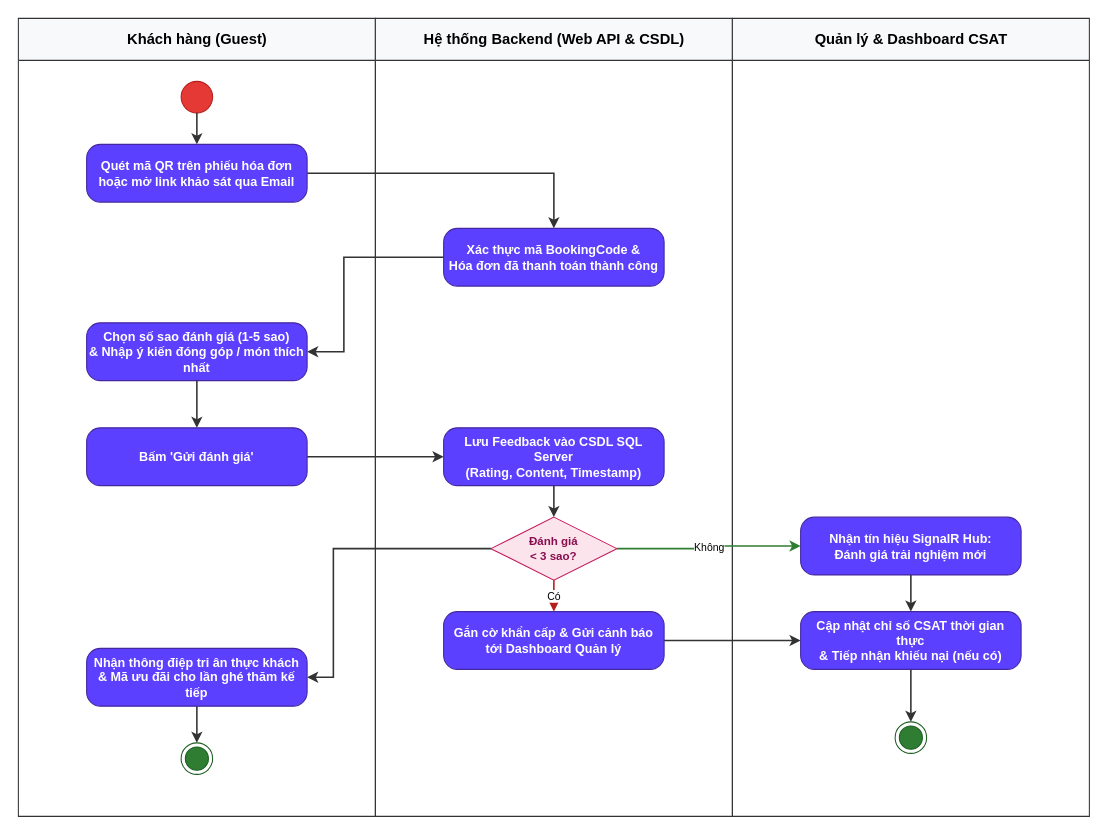
AndrewQng/VinDining keeps this draw.io diagram as docs/phase1/drawio/ad12_guest_feedback.drawio. Above is the earlier version. Source tidied: cells renumbered, new cells numbered last; positions are measured from the earlier drawing's top-left corner, leaving out a move shared by most shapes. Both pictures are drawn from the tidied source at 105%, with x=0, y=0 at pixel (18, 18).
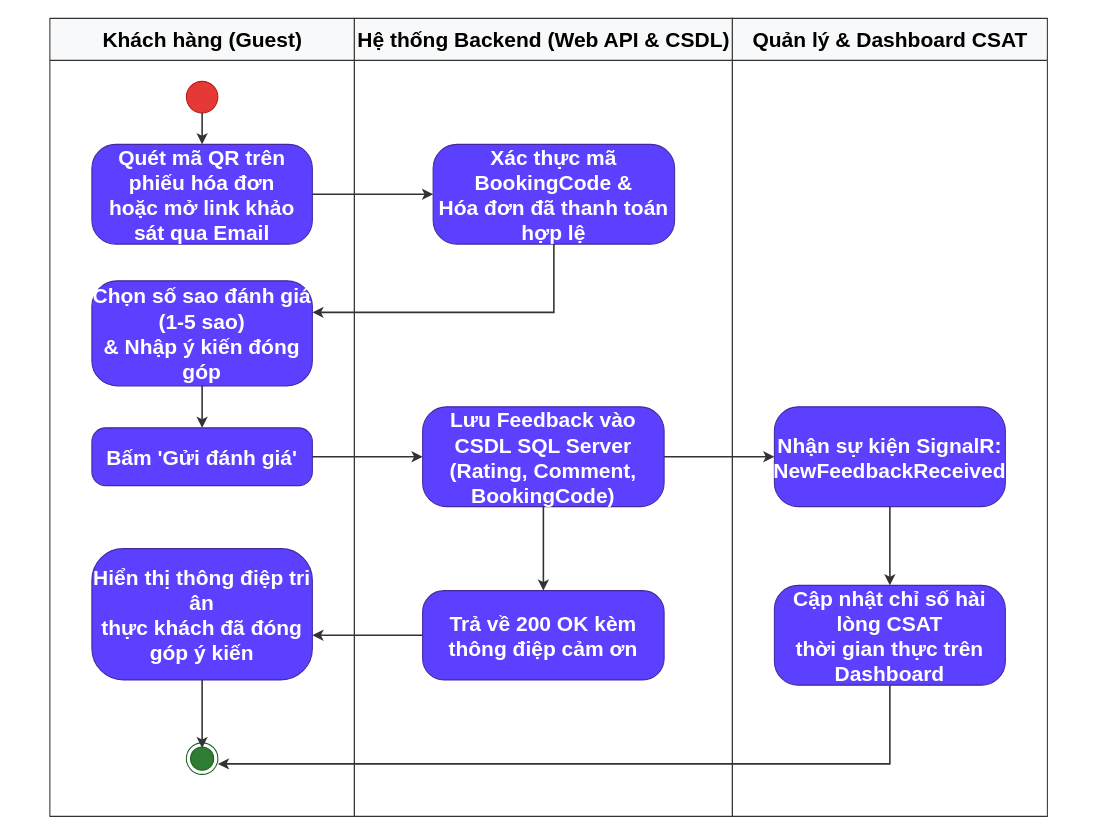
After the change.

Diff of the diagram source:
```diff
@@
-    <mxCell id="2" value="Khách hàng (Guest)" style="swimlane;html=1;startSize=40;horizontal=1;fontStyle=1;fontSize=14;align=center;verticalAlign=middle;fillColor=#f8f9fa;strokeColor=#333333;swimlaneLine=1;" parent="1" vertex="1">
-      <mxGeometry width="340" height="760" as="geometry" />
+    <mxCell id="2" value="Khách hàng (Guest)" style="swimlane;html=1;startSize=40;horizontal=1;fontStyle=1;fontSize=20;align=center;verticalAlign=middle;fillColor=#f8f9fa;strokeColor=#333333;swimlaneLine=1;" parent="1" vertex="1">
+      <mxGeometry x="30" width="290" height="760" as="geometry" />
     </mxCell>
-    <mxCell id="3" style="ellipse;whiteSpace=wrap;html=1;fillColor=#e53935;strokeColor=#b71c1c;" parent="2" vertex="1">
-      <mxGeometry x="155" y="60" width="30" height="30" as="geometry" />
+    <mxCell id="3" style="ellipse;whiteSpace=wrap;html=1;fillColor=#e53935;strokeColor=#b71c1c;fontSize=20;" parent="2" vertex="1">
+      <mxGeometry x="130" y="60" width="30" height="30" as="geometry" />
     </mxCell>
-    <mxCell id="4" value="Quét mã QR trên phiếu hóa đơn&#10;hoặc mở link khảo sát qua Email" style="rounded=1;arcSize=24;whiteSpace=wrap;html=1;fillColor=#5b40ff;strokeColor=#4527a0;fontColor=#ffffff;fontStyle=1;fontSize=12;align=center;verticalAlign=middle;" parent="2" vertex="1">
-      <mxGeometry x="65" y="120" width="210" height="55" as="geometry" />
+    <mxCell id="4" value="Quét mã QR trên phiếu hóa đơn&#10;hoặc mở link khảo sát qua Email" style="rounded=1;arcSize=24;whiteSpace=wrap;html=1;fillColor=#5b40ff;strokeColor=#4527a0;fontColor=#ffffff;fontStyle=1;fontSize=20;align=center;verticalAlign=middle;" parent="2" vertex="1">
+      <mxGeometry x="40" y="120" width="210" height="95" as="geometry" />
     </mxCell>
+    <mxCell id="8" style="ellipse;html=1;shape=endState;fillColor=#2e7d32;strokeColor=#1b5e20;fontSize=20;" parent="2" vertex="1">
+      <mxGeometry x="130" y="690" width="30" height="30" as="geometry" />
+    </mxCell>
+    <mxCell id="18" style="edgeStyle=orthogonalEdgeStyle;rounded=0;strokeColor=#333333;strokeWidth=1.5;html=1;fontSize=20;" parent="2" edge="1" source="3" target="4">
+      <mxGeometry relative="1" as="geometry" />
+    </mxCell>
+    <mxCell id="9" value="Hệ thống Backend (Web API &amp;amp; CSDL)" style="swimlane;html=1;startSize=40;horizontal=1;fontStyle=1;fontSize=20;align=center;verticalAlign=middle;fillColor=#f8f9fa;strokeColor=#333333;swimlaneLine=1;" parent="1" vertex="1">
+      <mxGeometry x="320" width="360" height="760" as="geometry" />
+    </mxCell>
+    <mxCell id="10" value="Xác thực mã BookingCode &amp;amp;&#10;Hóa đơn đã thanh toán hợp lệ" style="rounded=1;arcSize=24;whiteSpace=wrap;html=1;fillColor=#5b40ff;strokeColor=#4527a0;fontColor=#ffffff;fontStyle=1;fontSize=20;align=center;verticalAlign=middle;" parent="9" vertex="1">
+      <mxGeometry x="75" y="120" width="230" height="95" as="geometry" />
+    </mxCell>
-    <mxCell id="5" value="Chọn số sao đánh giá (1-5 sao)&#10;&amp; Nhập ý kiến đóng góp / món thích nhất" style="rounded=1;arcSize=24;whiteSpace=wrap;html=1;fillColor=#5b40ff;strokeColor=#4527a0;fontColor=#ffffff;fontStyle=1;fontSize=12;align=center;verticalAlign=middle;" parent="2" vertex="1">
-      <mxGeometry x="65" y="290" width="210" height="55" as="geometry" />
+    <mxCell id="5" value="Chọn số sao đánh giá (1-5 sao)&#10;&amp;amp; Nhập ý kiến đóng góp" style="rounded=1;arcSize=24;whiteSpace=wrap;html=1;fillColor=#5b40ff;strokeColor=#4527a0;fontColor=#ffffff;fontStyle=1;fontSize=20;align=center;verticalAlign=middle;" parent="9" vertex="1">
+      <mxGeometry x="-250" y="250" width="210" height="100" as="geometry" />
     </mxCell>
-    <mxCell id="6" value="Bấm 'Gửi đánh giá'" style="rounded=1;arcSize=24;whiteSpace=wrap;html=1;fillColor=#5b40ff;strokeColor=#4527a0;fontColor=#ffffff;fontStyle=1;fontSize=12;align=center;verticalAlign=middle;" parent="2" vertex="1">
-      <mxGeometry x="65" y="390" width="210" height="55" as="geometry" />
+    <mxCell id="6" value="Bấm 'Gửi đánh giá'" style="rounded=1;arcSize=24;whiteSpace=wrap;html=1;fillColor=#5b40ff;strokeColor=#4527a0;fontColor=#ffffff;fontStyle=1;fontSize=20;align=center;verticalAlign=middle;" parent="9" vertex="1">
+      <mxGeometry x="-250" y="390" width="210" height="55" as="geometry" />
     </mxCell>
-    <mxCell id="7" value="Nhận thông điệp tri ân thực khách&#10;&amp; Mã ưu đãi cho lần ghé thăm kế tiếp" style="rounded=1;arcSize=24;whiteSpace=wrap;html=1;fillColor=#5b40ff;strokeColor=#4527a0;fontColor=#ffffff;fontStyle=1;fontSize=12;align=center;verticalAlign=middle;" parent="2" vertex="1">
-      <mxGeometry x="65" y="600" width="210" height="55" as="geometry" />
+    <mxCell id="7" value="Hiển thị thông điệp tri ân&#10;thực khách đã đóng góp ý kiến" style="rounded=1;arcSize=24;whiteSpace=wrap;html=1;fillColor=#5b40ff;strokeColor=#4527a0;fontColor=#ffffff;fontStyle=1;fontSize=20;align=center;verticalAlign=middle;" parent="9" vertex="1">
+      <mxGeometry x="-250" y="505" width="210" height="125" as="geometry" />
     </mxCell>
-    <mxCell id="8" style="ellipse;html=1;shape=endState;fillColor=#2e7d32;strokeColor=#1b5e20;" parent="2" vertex="1">
-      <mxGeometry x="155" y="690" width="30" height="30" as="geometry" />
-    </mxCell>
-    <mxCell id="9" value="Hệ thống Backend (Web API &amp; CSDL)" style="swimlane;html=1;startSize=40;horizontal=1;fontStyle=1;fontSize=14;align=center;verticalAlign=middle;fillColor=#f8f9fa;strokeColor=#333333;swimlaneLine=1;" parent="1" vertex="1">
-      <mxGeometry x="340" width="340" height="760" as="geometry" />
-    </mxCell>
-    <mxCell id="10" value="Xác thực mã BookingCode &amp;&#10;Hóa đơn đã thanh toán thành công" style="rounded=1;arcSize=24;whiteSpace=wrap;html=1;fillColor=#5b40ff;strokeColor=#4527a0;fontColor=#ffffff;fontStyle=1;fontSize=12;align=center;verticalAlign=middle;" parent="9" vertex="1">
-      <mxGeometry x="65" y="200" width="210" height="55" as="geometry" />
-    </mxCell>
+    <mxCell id="21" style="edgeStyle=orthogonalEdgeStyle;rounded=0;strokeColor=#333333;strokeWidth=1.5;html=1;fontSize=20;" parent="9" edge="1" source="5" target="6">
+      <mxGeometry relative="1" as="geometry" />
+    </mxCell>
+    <mxCell id="29" style="edgeStyle=orthogonalEdgeStyle;rounded=0;strokeColor=#333333;strokeWidth=1.5;html=1;fontSize=20;" parent="9" edge="1" source="7">
+      <mxGeometry relative="1" as="geometry">
+        <mxPoint x="-145" y="695" as="targetPoint" />
+      </mxGeometry>
+    </mxCell>
+    <mxCell id="20" style="edgeStyle=orthogonalEdgeStyle;rounded=0;strokeColor=#333333;strokeWidth=1.5;html=1;fontSize=20;" parent="9" edge="1" source="10" target="5">
+      <mxGeometry relative="1" as="geometry">
+        <Array as="points">
+          <mxPoint x="190" y="280" />
+        </Array>
+      </mxGeometry>
+    </mxCell>
-    <mxCell id="11" value="Lưu Feedback vào CSDL SQL Server&#10;(Rating, Content, Timestamp)" style="rounded=1;arcSize=24;whiteSpace=wrap;html=1;fillColor=#5b40ff;strokeColor=#4527a0;fontColor=#ffffff;fontStyle=1;fontSize=12;align=center;verticalAlign=middle;" parent="9" vertex="1">
-      <mxGeometry x="65" y="390" width="210" height="55" as="geometry" />
+    <mxCell id="11" value="Lưu Feedback vào CSDL SQL Server&#10;(Rating, Comment, BookingCode)" style="rounded=1;arcSize=24;whiteSpace=wrap;html=1;fillColor=#5b40ff;strokeColor=#4527a0;fontColor=#ffffff;fontStyle=1;fontSize=20;align=center;verticalAlign=middle;" parent="9" vertex="1">
+      <mxGeometry x="65" y="370" width="230" height="95" as="geometry" />
     </mxCell>
-    <mxCell id="12" value="Đánh giá&#10;&lt; 3 sao?" style="rhombus;whiteSpace=wrap;html=1;fillColor=#fce4ec;strokeColor=#c2185b;fontColor=#880e4f;fontStyle=1;fontSize=11;align=center;verticalAlign=middle;" parent="9" vertex="1">
-      <mxGeometry x="110" y="475" width="120" height="60" as="geometry" />
-    </mxCell>
-    <mxCell id="13" value="Gắn cờ khẩn cấp &amp; Gửi cảnh báo&#10;tới Dashboard Quản lý" style="rounded=1;arcSize=24;whiteSpace=wrap;html=1;fillColor=#5b40ff;strokeColor=#4527a0;fontColor=#ffffff;fontStyle=1;fontSize=12;align=center;verticalAlign=middle;" parent="9" vertex="1">
-      <mxGeometry x="65" y="565" width="210" height="55" as="geometry" />
-    </mxCell>
-    <mxCell id="14" value="Quản lý &amp; Dashboard CSAT" style="swimlane;html=1;startSize=40;horizontal=1;fontStyle=1;fontSize=14;align=center;verticalAlign=middle;fillColor=#f8f9fa;strokeColor=#333333;swimlaneLine=1;" parent="1" vertex="1">
-      <mxGeometry x="680" width="340" height="760" as="geometry" />
-    </mxCell>
+    <mxCell id="31" value="Trả về 200 OK kèm&#10;thông điệp cảm ơn" style="rounded=1;arcSize=24;whiteSpace=wrap;html=1;fillColor=#5b40ff;strokeColor=#4527a0;fontColor=#ffffff;fontStyle=1;fontSize=20;align=center;verticalAlign=middle;" parent="9" vertex="1">
+      <mxGeometry x="65" y="545" width="230" height="85" as="geometry" />
+    </mxCell>
+    <mxCell id="32" style="edgeStyle=orthogonalEdgeStyle;rounded=0;strokeColor=#333333;strokeWidth=1.5;html=1;fontSize=20;" parent="9" edge="1" source="11" target="31">
+      <mxGeometry relative="1" as="geometry" />
+    </mxCell>
-    <mxCell id="15" value="Nhận tín hiệu SignalR Hub:&#10;Đánh giá trải nghiệm mới" style="rounded=1;arcSize=24;whiteSpace=wrap;html=1;fillColor=#5b40ff;strokeColor=#4527a0;fontColor=#ffffff;fontStyle=1;fontSize=12;align=center;verticalAlign=middle;" parent="14" vertex="1">
-      <mxGeometry x="65" y="475" width="210" height="55" as="geometry" />
+    <mxCell id="15" value="Nhận sự kiện SignalR:&#10;NewFeedbackReceived" style="rounded=1;arcSize=24;whiteSpace=wrap;html=1;fillColor=#5b40ff;strokeColor=#4527a0;fontColor=#ffffff;fontStyle=1;fontSize=20;align=center;verticalAlign=middle;" parent="9" vertex="1">
+      <mxGeometry x="400" y="370" width="220" height="95" as="geometry" />
     </mxCell>
-    <mxCell id="16" value="Cập nhật chỉ số CSAT thời gian thực&#10;&amp; Tiếp nhận khiếu nại (nếu có)" style="rounded=1;arcSize=24;whiteSpace=wrap;html=1;fillColor=#5b40ff;strokeColor=#4527a0;fontColor=#ffffff;fontStyle=1;fontSize=12;align=center;verticalAlign=middle;" parent="14" vertex="1">
-      <mxGeometry x="65" y="565" width="210" height="55" as="geometry" />
+    <mxCell id="16" value="Cập nhật chỉ số hài lòng CSAT&#10;thời gian thực trên Dashboard" style="rounded=1;arcSize=24;whiteSpace=wrap;html=1;fillColor=#5b40ff;strokeColor=#4527a0;fontColor=#ffffff;fontStyle=1;fontSize=20;align=center;verticalAlign=middle;" parent="9" vertex="1">
+      <mxGeometry x="400" y="540" width="220" height="95" as="geometry" />
     </mxCell>
-    <mxCell id="17" style="ellipse;html=1;shape=endState;fillColor=#2e7d32;strokeColor=#1b5e20;" parent="14" vertex="1">
-      <mxGeometry x="155" y="670" width="30" height="30" as="geometry" />
-    </mxCell>
-    <mxCell id="18" style="edgeStyle=orthogonalEdgeStyle;rounded=0;strokeColor=#333333;strokeWidth=1.5;html=1;" parent="1" edge="1" source="3" target="4">
-      <mxGeometry relative="1" as="geometry" />
-    </mxCell>
+    <mxCell id="27" style="edgeStyle=orthogonalEdgeStyle;rounded=0;strokeColor=#333333;strokeWidth=1.5;html=1;fontSize=20;" parent="9" edge="1" source="15" target="16">
+      <mxGeometry relative="1" as="geometry" />
+    </mxCell>
+    <mxCell id="22" style="edgeStyle=orthogonalEdgeStyle;rounded=0;strokeColor=#333333;strokeWidth=1.5;html=1;fontSize=20;" parent="9" edge="1" source="6" target="11">
+      <mxGeometry relative="1" as="geometry" />
+    </mxCell>
+    <mxCell id="33" style="edgeStyle=orthogonalEdgeStyle;rounded=0;strokeColor=#333333;strokeWidth=1.5;html=1;fontSize=20;" parent="9" edge="1" source="11" target="15">
+      <mxGeometry relative="1" as="geometry" />
+    </mxCell>
+    <mxCell id="34" style="edgeStyle=orthogonalEdgeStyle;rounded=0;strokeColor=#333333;strokeWidth=1.5;html=1;fontSize=20;" parent="9" edge="1" source="31" target="7">
+      <mxGeometry relative="1" as="geometry">
+        <Array as="points">
+          <mxPoint x="-20" y="587.5" />
+          <mxPoint x="-20" y="587.5" />
+        </Array>
+      </mxGeometry>
+    </mxCell>
+    <mxCell id="35" style="edgeStyle=orthogonalEdgeStyle;rounded=0;strokeColor=#333333;strokeWidth=1.5;html=1;fontSize=20;entryX=1;entryY=0.5;entryDx=0;entryDy=0;" parent="9" edge="1" source="16">
+      <mxGeometry relative="1" as="geometry">
+        <mxPoint x="-130" y="710" as="targetPoint" />
+        <Array as="points">
+          <mxPoint x="510" y="710" />
+        </Array>
+      </mxGeometry>
+    </mxCell>
+    <mxCell id="14" value="Quản lý &amp;amp; Dashboard CSAT" style="swimlane;html=1;startSize=40;horizontal=1;fontStyle=1;fontSize=20;align=center;verticalAlign=middle;fillColor=#f8f9fa;strokeColor=#333333;swimlaneLine=1;" parent="1" vertex="1">
+      <mxGeometry x="680" width="300" height="760" as="geometry" />
+    </mxCell>
-    <mxCell id="19" style="edgeStyle=orthogonalEdgeStyle;rounded=0;strokeColor=#333333;strokeWidth=1.5;html=1;exitX=1;exitY=0.5;entryX=0.5;entryY=0;" parent="1" edge="1" source="4" target="10">
-      <mxGeometry relative="1" as="geometry">
-        <Array as="points">
-          <mxPoint x="510" y="147.5" />
-        </Array>
-      </mxGeometry>
+    <mxCell id="19" style="edgeStyle=orthogonalEdgeStyle;rounded=0;strokeColor=#333333;strokeWidth=1.5;html=1;fontSize=20;" parent="1" edge="1" source="4" target="10">
+      <mxGeometry relative="1" as="geometry" />
     </mxCell>
-    <mxCell id="20" style="edgeStyle=orthogonalEdgeStyle;rounded=0;strokeColor=#333333;strokeWidth=1.5;html=1;exitX=0;exitY=0.5;entryX=1;entryY=0.5;" parent="1" edge="1" source="10" target="5">
-      <mxGeometry relative="1" as="geometry">
-        <Array as="points">
-          <mxPoint x="310" y="227.5" />
-          <mxPoint x="310" y="317.5" />
-        </Array>
-      </mxGeometry>
-    </mxCell>
-    <mxCell id="21" style="edgeStyle=orthogonalEdgeStyle;rounded=0;strokeColor=#333333;strokeWidth=1.5;html=1;" parent="1" edge="1" source="5" target="6">
-      <mxGeometry relative="1" as="geometry" />
-    </mxCell>
-    <mxCell id="22" style="edgeStyle=orthogonalEdgeStyle;rounded=0;strokeColor=#333333;strokeWidth=1.5;html=1;exitX=1;exitY=0.5;entryX=0;entryY=0.5;" parent="1" edge="1" source="6" target="11">
-      <mxGeometry relative="1" as="geometry" />
-    </mxCell>
-    <mxCell id="23" style="edgeStyle=orthogonalEdgeStyle;rounded=0;strokeColor=#333333;strokeWidth=1.5;html=1;exitX=0.5;exitY=1;entryX=0.5;entryY=0;" parent="1" edge="1" source="11" target="12">
-      <mxGeometry relative="1" as="geometry" />
-    </mxCell>
-    <mxCell id="24" value="Có" style="edgeStyle=orthogonalEdgeStyle;rounded=0;strokeColor=#b71c1c;strokeWidth=1.5;html=1;fontSize=10;labelBackgroundColor=#ffffff;exitX=0.5;exitY=1;entryX=0.5;entryY=0;" parent="1" edge="1" source="12" target="13">
-      <mxGeometry relative="1" as="geometry" />
-    </mxCell>
-    <mxCell id="25" value="Không" style="edgeStyle=orthogonalEdgeStyle;rounded=0;strokeColor=#2e7d32;strokeWidth=1.5;html=1;fontSize=10;labelBackgroundColor=#ffffff;exitX=1;exitY=0.5;entryX=0;entryY=0.5;" parent="1" edge="1" source="12" target="15">
-      <mxGeometry relative="1" as="geometry" />
-    </mxCell>
-    <mxCell id="26" style="edgeStyle=orthogonalEdgeStyle;rounded=0;strokeColor=#333333;strokeWidth=1.5;html=1;exitX=1;exitY=0.5;entryX=0;entryY=0.5;" parent="1" edge="1" source="13" target="16">
-      <mxGeometry relative="1" as="geometry" />
-    </mxCell>
-    <mxCell id="27" style="edgeStyle=orthogonalEdgeStyle;rounded=0;strokeColor=#333333;strokeWidth=1.5;html=1;" parent="1" edge="1" source="15" target="16">
-      <mxGeometry relative="1" as="geometry" />
-    </mxCell>
-    <mxCell id="28" style="edgeStyle=orthogonalEdgeStyle;rounded=0;strokeColor=#333333;strokeWidth=1.5;html=1;exitX=0;exitY=0.5;entryX=1;entryY=0.5;" parent="1" edge="1" source="12" target="7">
-      <mxGeometry relative="1" as="geometry">
-        <Array as="points">
-          <mxPoint x="300" y="505" />
-          <mxPoint x="300" y="627.5" />
-        </Array>
-      </mxGeometry>
-    </mxCell>
-    <mxCell id="29" style="edgeStyle=orthogonalEdgeStyle;rounded=0;strokeColor=#333333;strokeWidth=1.5;html=1;" parent="1" edge="1" source="7" target="8">
-      <mxGeometry relative="1" as="geometry" />
-    </mxCell>
-    <mxCell id="30" style="edgeStyle=orthogonalEdgeStyle;rounded=0;strokeColor=#333333;strokeWidth=1.5;html=1;" parent="1" edge="1" source="16" target="17">
-      <mxGeometry relative="1" as="geometry" />
-    </mxCell>
```
